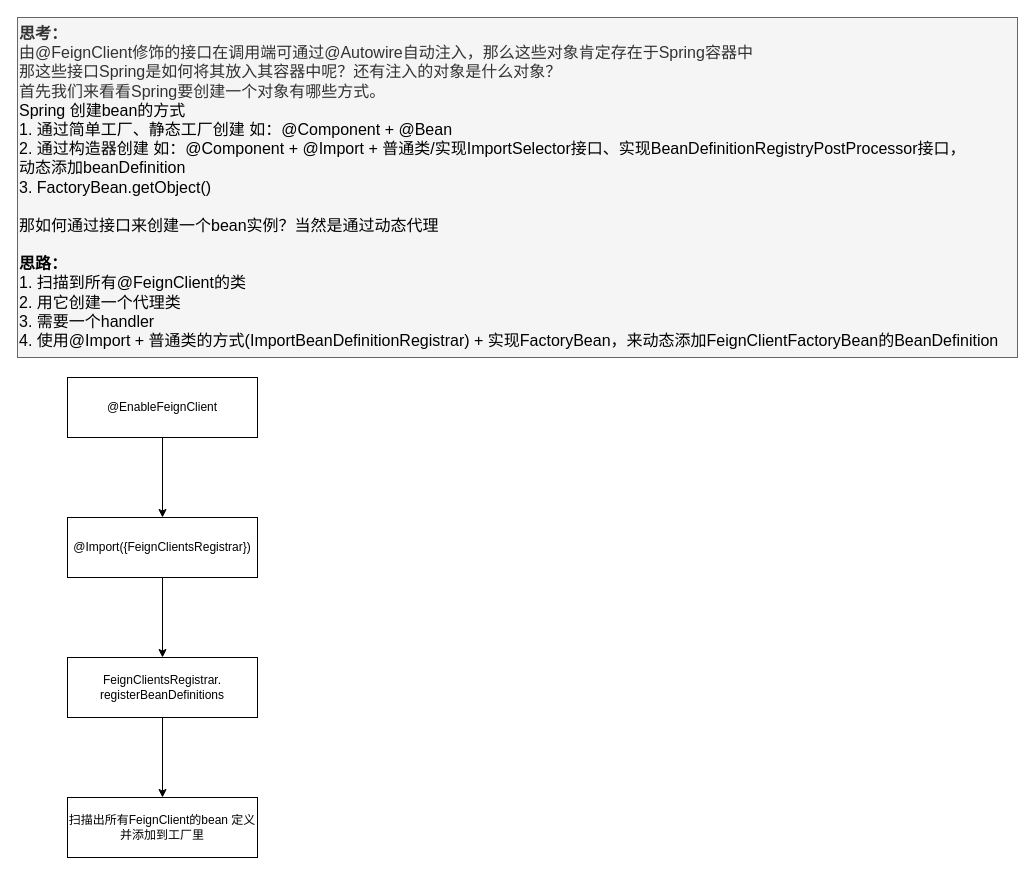
The draw.io diagram openFeign.drawio in hlcgithub/draw, before the edit. Source tidied: cells renumbered, new cells numbered last; positions are measured from the earlier drawing's top-left corner, leaving out a move shared by most shapes. Both pictures are drawn from the tidied source at 100%, with x=0, y=0 at pixel (17, 17).
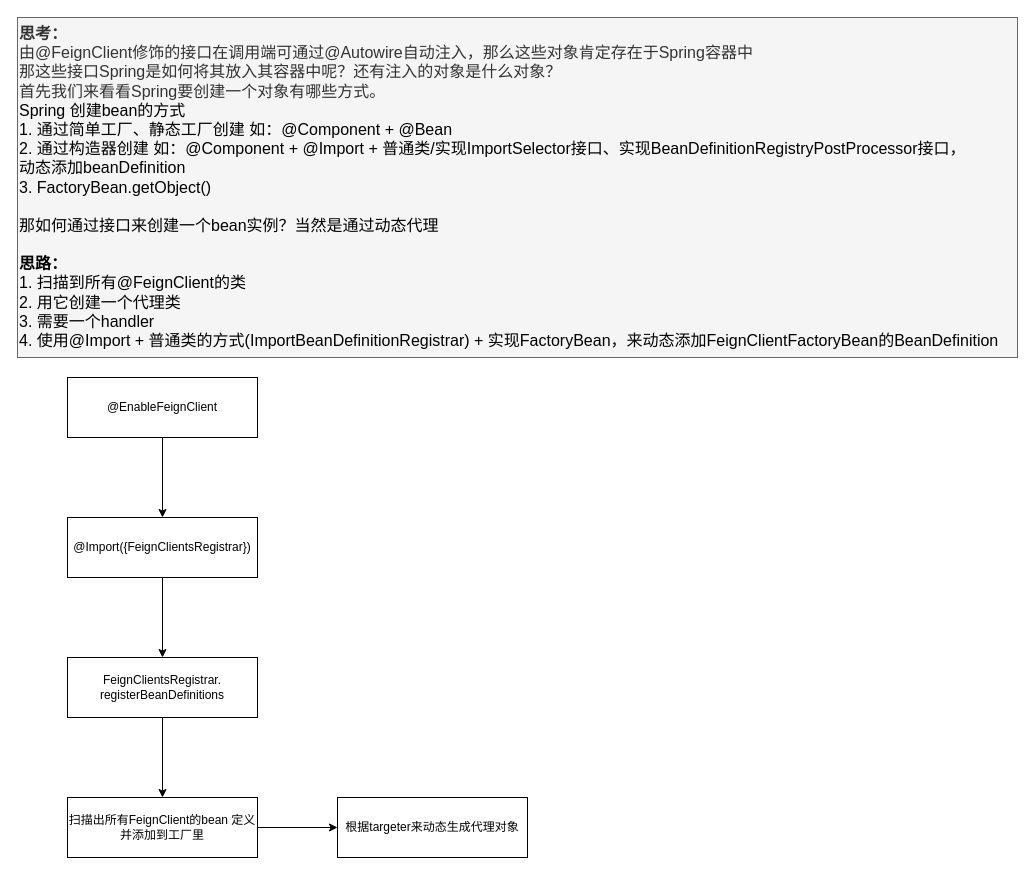
Above is the later version.

Change to the diagram source:
```diff
@@
 <mxGraphModel>
   <root>
     <mxCell id="0" />
     <mxCell id="1" parent="0" />
     <mxCell id="2" value="&lt;div&gt;&lt;b&gt;思考：&lt;/b&gt;&lt;/div&gt;由@FeignClient修饰的接口在调用端可通过@Autowire自动注入，那么这些对象肯定存在于Spring容器中&lt;div&gt;那这些接口Spring是如何将其放入其容器中呢？还有注入的对象是什么对象？&lt;/div&gt;&lt;div&gt;首先我们来看看Spring要创建一个对象有哪些方式。&lt;/div&gt;&lt;div&gt;&lt;span style=&quot;color: rgb(0, 0, 0);&quot;&gt;Spring 创建bean的方式&lt;/span&gt;&lt;div style=&quot;color: rgb(0, 0, 0);&quot;&gt;1. 通过简单工厂、静态工厂创建 如：@Component +&amp;nbsp;&lt;span style=&quot;background-color: transparent;&quot;&gt;@Bean&lt;/span&gt;&lt;/div&gt;&lt;div style=&quot;color: rgb(0, 0, 0);&quot;&gt;2. 通过构造器创建 如：@Component + @Import + 普通类/实现ImportSelector接口、&lt;span style=&quot;background-color: transparent;&quot;&gt;实现BeanDefinitionRegistryPostProcessor接口，&lt;/span&gt;&lt;/div&gt;&lt;div style=&quot;color: rgb(0, 0, 0);&quot;&gt;&lt;span style=&quot;background-color: transparent;&quot;&gt;动态添加beanDefinition&lt;/span&gt;&lt;/div&gt;&lt;div style=&quot;color: rgb(0, 0, 0);&quot;&gt;3. FactoryBean.getObject()&lt;br&gt;&lt;/div&gt;&lt;/div&gt;&lt;div style=&quot;color: rgb(0, 0, 0);&quot;&gt;&lt;br&gt;&lt;/div&gt;&lt;div style=&quot;color: rgb(0, 0, 0);&quot;&gt;那如何通过接口来创建一个bean实例？当然是通过动态代理&lt;/div&gt;&lt;div style=&quot;color: rgb(0, 0, 0);&quot;&gt;&lt;br&gt;&lt;/div&gt;&lt;div style=&quot;color: rgb(0, 0, 0);&quot;&gt;&lt;b&gt;思路：&lt;/b&gt;&lt;/div&gt;&lt;div style=&quot;color: rgb(0, 0, 0);&quot;&gt;1. 扫描到所有@FeignClient的类&lt;/div&gt;&lt;div style=&quot;color: rgb(0, 0, 0);&quot;&gt;2. 用它创建一个代理类&lt;/div&gt;&lt;div style=&quot;color: rgb(0, 0, 0);&quot;&gt;3. 需要一个handler&lt;/div&gt;&lt;div style=&quot;color: rgb(0, 0, 0);&quot;&gt;4. 使用@Import + 普通类的方式(ImportBeanDefinitionRegistrar) + 实现FactoryBean，来动态添加FeignClientFactoryBean的BeanDefinition&lt;/div&gt;" style="text;html=1;align=left;verticalAlign=top;strokeColor=#666666;fillColor=#f5f5f5;fontSize=16;fontColor=#333333;" parent="1" vertex="1">
       <mxGeometry width="1000" height="340" as="geometry" />
     </mxCell>
     <mxCell id="3" style="edgeStyle=orthogonalEdgeStyle;rounded=0;jettySize=auto;html=1;" parent="1" edge="1" source="4" target="6">
       <mxGeometry relative="1" as="geometry" />
     </mxCell>
     <mxCell id="4" value="@EnableFeignClient" style="rounded=0;whiteSpace=wrap;html=1;" parent="1" vertex="1">
       <mxGeometry x="50" y="360" width="190" height="60" as="geometry" />
     </mxCell>
     <mxCell id="5" style="edgeStyle=orthogonalEdgeStyle;rounded=0;jettySize=auto;html=1;" parent="1" edge="1" source="6" target="8">
       <mxGeometry relative="1" as="geometry" />
     </mxCell>
     <mxCell id="6" value="@Import({FeignClientsRegistrar})" style="rounded=0;whiteSpace=wrap;html=1;" parent="1" vertex="1">
       <mxGeometry x="50" y="500" width="190" height="60" as="geometry" />
     </mxCell>
     <mxCell id="7" style="edgeStyle=orthogonalEdgeStyle;rounded=0;jettySize=auto;html=1;" parent="1" edge="1" source="8" target="9">
       <mxGeometry relative="1" as="geometry" />
     </mxCell>
     <mxCell id="8" value="FeignClientsRegistrar.&lt;div&gt;registerBeanDefinitions&lt;/div&gt;" style="rounded=0;whiteSpace=wrap;html=1;" parent="1" vertex="1">
       <mxGeometry x="50" y="640" width="190" height="60" as="geometry" />
     </mxCell>
+    <mxCell id="10" style="edgeStyle=orthogonalEdgeStyle;rounded=0;jettySize=auto;html=1;" parent="1" edge="1" source="9" target="11">
+      <mxGeometry relative="1" as="geometry" />
+    </mxCell>
     <mxCell id="9" value="扫描出所有FeignClient的bean 定义&lt;div&gt;并添加到工厂里&lt;/div&gt;" style="rounded=0;whiteSpace=wrap;html=1;" parent="1" vertex="1">
       <mxGeometry x="50" y="780" width="190" height="60" as="geometry" />
     </mxCell>
+    <mxCell id="11" value="根据targeter来动态生成代理对象" style="rounded=0;whiteSpace=wrap;html=1;" parent="1" vertex="1">
+      <mxGeometry x="320" y="780" width="190" height="60" as="geometry" />
+    </mxCell>
   </root>
 </mxGraphModel>
```
